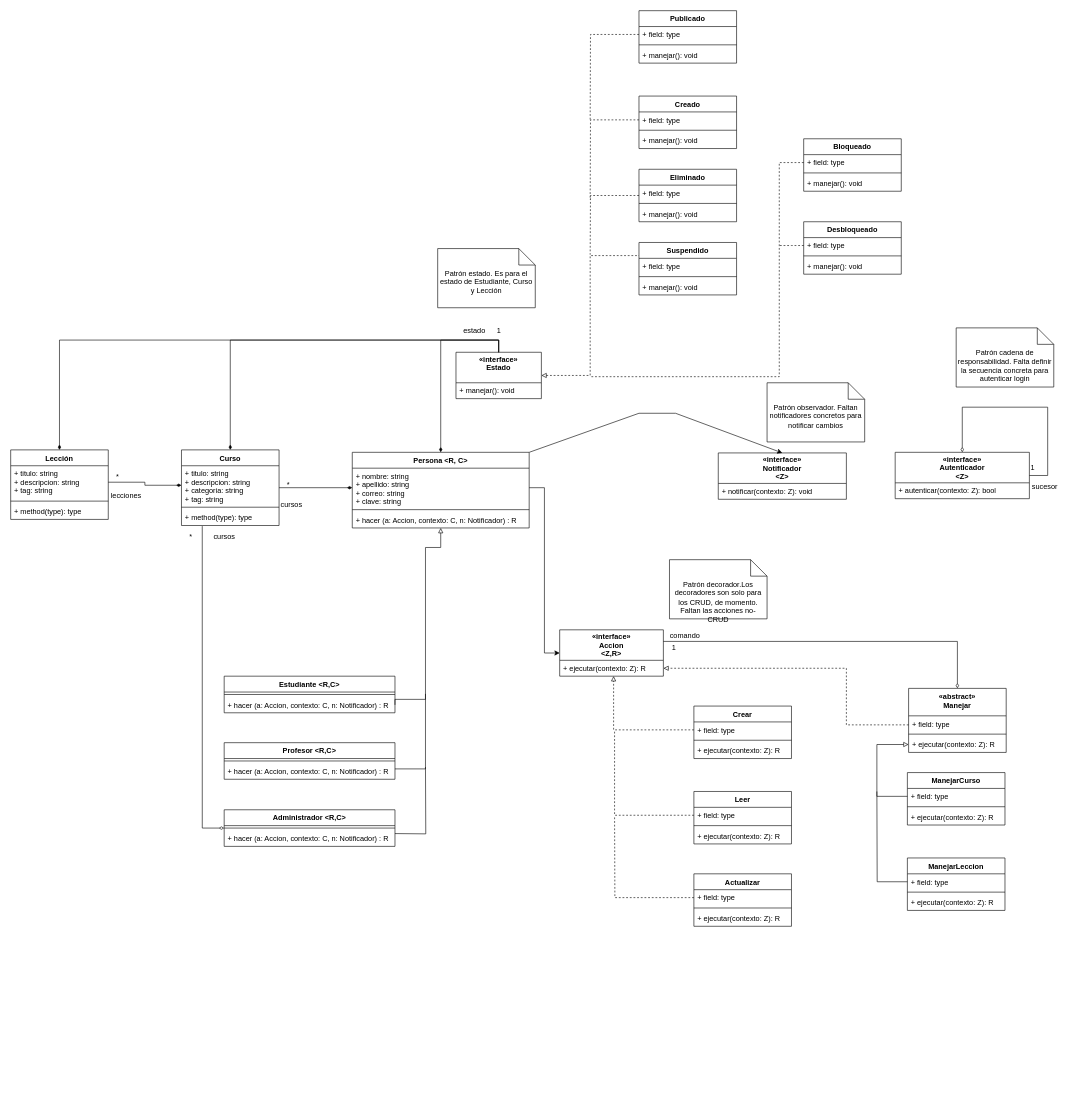
Before: page "Diagrama de Clases" (1 of 11) of Propuesta1ProyectoDesarrollo.drawio in ernestod10/Diagramas, a draw.io diagram. Source tidied: cells renumbered, new cells numbered last; positions are measured from the earlier drawing's top-left corner, leaving out a move shared by most shapes. Both pictures are drawn from the tidied source at 61%, with x=0, y=0 at pixel (10, 10).
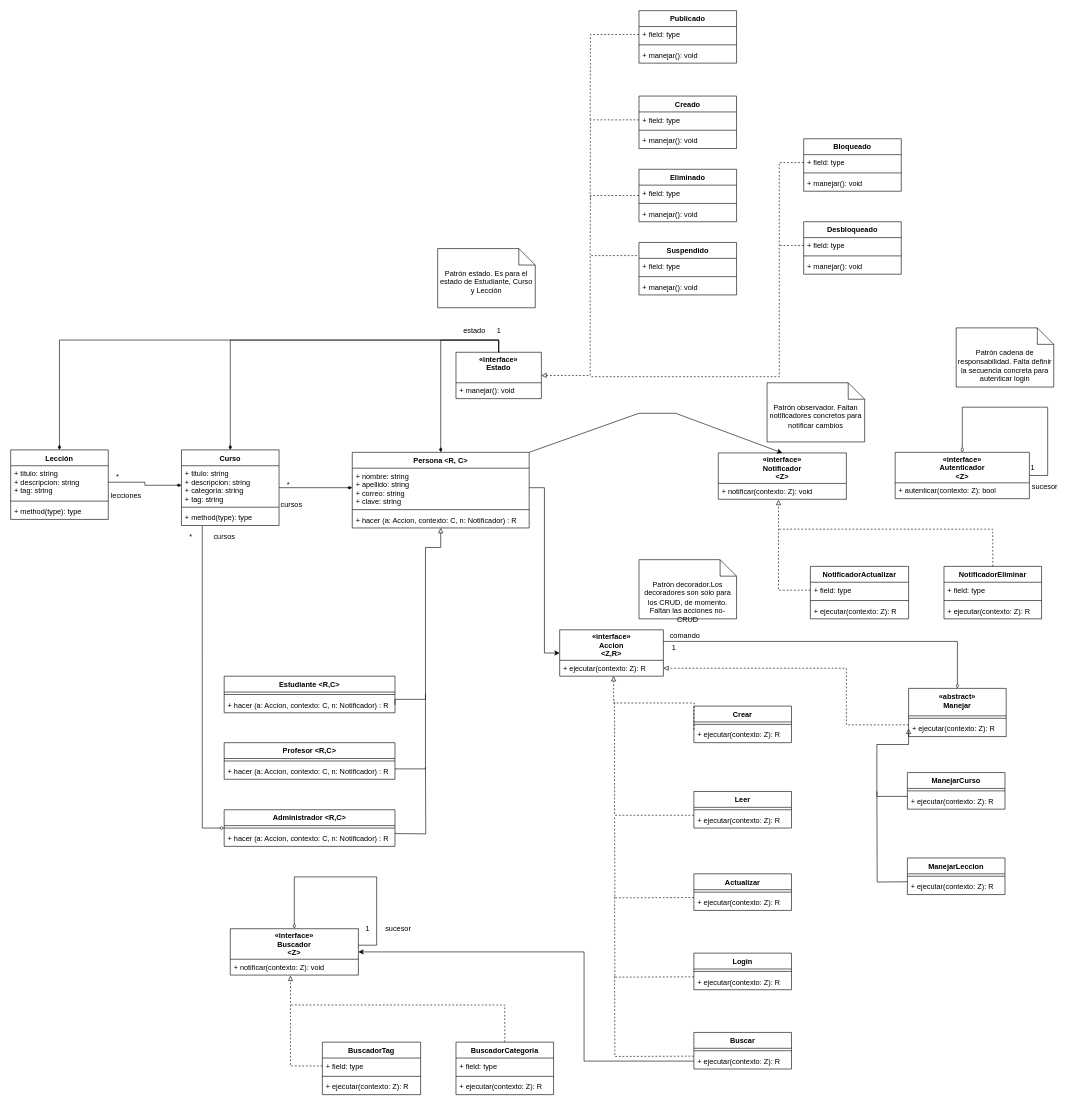
The same diagram, later.

The change refers to these unchanged cells:
```xml
<mxCell id="41" value="+ ejecutar(contexto: Z): R" style="text;strokeColor=none;fillColor=none;align=left;verticalAlign=top;spacingLeft=4;spacingRight=4;overflow=hidden;points=[[0,0.5],[1,0.5]];portConstraint=eastwest;" parent="40" vertex="1">
  <mxGeometry y="50" width="170" height="26" as="geometry" />
</mxCell>
<mxCell id="44" value="+ notificar(contexto: Z): void" style="text;strokeColor=none;fillColor=none;align=left;verticalAlign=top;spacingLeft=4;spacingRight=4;overflow=hidden;points=[[0,0.5],[1,0.5]];portConstraint=eastwest;" parent="43" vertex="1">
  <mxGeometry y="50" width="210" height="26" as="geometry" />
</mxCell>
```

What changed in the source:
```diff
@@
     <mxCell id="76" value="Crear" style="swimlane;fontStyle=1;align=center;verticalAlign=top;horizontal=1;startSize=26;" parent="1" vertex="1">
-      <mxGeometry x="1120" y="1140" width="160" height="86" as="geometry" />
+      <mxGeometry x="1120" y="1140" width="160" height="60" as="geometry" />
     </mxCell>
-    <mxCell id="77" value="+ field: type" style="text;strokeColor=none;fillColor=none;align=left;verticalAlign=top;spacingLeft=4;spacingRight=4;overflow=hidden;points=[[0,0.5],[1,0.5]];portConstraint=eastwest;" parent="76" vertex="1">
-      <mxGeometry y="26" width="160" height="26" as="geometry" />
-    </mxCell>
     <mxCell id="78" style="line;strokeWidth=1;fillColor=none;align=left;verticalAlign=middle;spacingTop=-1;spacingLeft=3;spacingRight=3;labelPosition=right;strokeColor=inherit;" parent="76" vertex="1">
-      <mxGeometry y="52" width="160" height="8" as="geometry" />
+      <mxGeometry y="26" width="160" height="8" as="geometry" />
     </mxCell>
     <mxCell id="79" value="+ ejecutar(contexto: Z): R" style="text;strokeColor=none;fillColor=none;align=left;verticalAlign=top;spacingLeft=4;spacingRight=4;overflow=hidden;" parent="76" vertex="1">
-      <mxGeometry y="60" width="160" height="26" as="geometry" />
+      <mxGeometry y="34" width="160" height="26" as="geometry" />
     </mxCell>
@@
     <mxCell id="85" value="Leer" style="swimlane;fontStyle=1;align=center;verticalAlign=top;horizontal=1;startSize=26;" parent="1" vertex="1">
-      <mxGeometry x="1120" y="1280" width="160" height="86" as="geometry" />
+      <mxGeometry x="1120" y="1280" width="160" height="60" as="geometry" />
     </mxCell>
-    <mxCell id="86" value="+ field: type" style="text;strokeColor=none;fillColor=none;align=left;verticalAlign=top;spacingLeft=4;spacingRight=4;overflow=hidden;points=[[0,0.5],[1,0.5]];portConstraint=eastwest;" parent="85" vertex="1">
-      <mxGeometry y="26" width="160" height="26" as="geometry" />
-    </mxCell>
     <mxCell id="87" style="line;strokeWidth=1;fillColor=none;align=left;verticalAlign=middle;spacingTop=-1;spacingLeft=3;spacingRight=3;labelPosition=right;strokeColor=inherit;" parent="85" vertex="1">
-      <mxGeometry y="52" width="160" height="8" as="geometry" />
+      <mxGeometry y="26" width="160" height="8" as="geometry" />
     </mxCell>
     <mxCell id="88" value="+ ejecutar(contexto: Z): R" style="text;strokeColor=none;fillColor=none;align=left;verticalAlign=top;spacingLeft=4;spacingRight=4;overflow=hidden;" parent="85" vertex="1">
-      <mxGeometry y="60" width="160" height="26" as="geometry" />
+      <mxGeometry y="34" width="160" height="26" as="geometry" />
     </mxCell>
     <mxCell id="89" value="Actualizar" style="swimlane;fontStyle=1;align=center;verticalAlign=top;horizontal=1;startSize=26;" parent="1" vertex="1">
-      <mxGeometry x="1120" y="1415" width="160" height="86" as="geometry" />
+      <mxGeometry x="1120" y="1415" width="160" height="60" as="geometry" />
     </mxCell>
-    <mxCell id="90" value="+ field: type" style="text;strokeColor=none;fillColor=none;align=left;verticalAlign=top;spacingLeft=4;spacingRight=4;overflow=hidden;points=[[0,0.5],[1,0.5]];portConstraint=eastwest;" parent="89" vertex="1">
-      <mxGeometry y="26" width="160" height="26" as="geometry" />
-    </mxCell>
     <mxCell id="91" style="line;strokeWidth=1;fillColor=none;align=left;verticalAlign=middle;spacingTop=-1;spacingLeft=3;spacingRight=3;labelPosition=right;strokeColor=inherit;" parent="89" vertex="1">
-      <mxGeometry y="52" width="160" height="8" as="geometry" />
+      <mxGeometry y="26" width="160" height="8" as="geometry" />
     </mxCell>
     <mxCell id="92" value="+ ejecutar(contexto: Z): R" style="text;strokeColor=none;fillColor=none;align=left;verticalAlign=top;spacingLeft=4;spacingRight=4;overflow=hidden;" parent="89" vertex="1">
-      <mxGeometry y="60" width="160" height="26" as="geometry" />
+      <mxGeometry y="34" width="160" height="26" as="geometry" />
     </mxCell>
     <mxCell id="93" value="ManejarCurso" style="swimlane;fontStyle=1;align=center;verticalAlign=top;horizontal=1;startSize=26;" parent="1" vertex="1">
-      <mxGeometry x="1470" y="1249" width="160" height="86" as="geometry" />
+      <mxGeometry x="1470" y="1249" width="160" height="60" as="geometry" />
     </mxCell>
-    <mxCell id="94" value="+ field: type" style="text;strokeColor=none;fillColor=none;align=left;verticalAlign=top;spacingLeft=4;spacingRight=4;overflow=hidden;points=[[0,0.5],[1,0.5]];portConstraint=eastwest;" parent="93" vertex="1">
-      <mxGeometry y="26" width="160" height="26" as="geometry" />
-    </mxCell>
     <mxCell id="95" style="line;strokeWidth=1;fillColor=none;align=left;verticalAlign=middle;spacingTop=-1;spacingLeft=3;spacingRight=3;labelPosition=right;strokeColor=inherit;" parent="93" vertex="1">
-      <mxGeometry y="52" width="160" height="8" as="geometry" />
+      <mxGeometry y="26" width="160" height="8" as="geometry" />
     </mxCell>
     <mxCell id="96" value="+ ejecutar(contexto: Z): R" style="text;strokeColor=none;fillColor=none;align=left;verticalAlign=top;spacingLeft=4;spacingRight=4;overflow=hidden;" parent="93" vertex="1">
-      <mxGeometry y="60" width="160" height="26" as="geometry" />
+      <mxGeometry y="34" width="160" height="26" as="geometry" />
     </mxCell>
     <mxCell id="97" value="ManejarLeccion" style="swimlane;fontStyle=1;align=center;verticalAlign=top;horizontal=1;startSize=26;" parent="1" vertex="1">
-      <mxGeometry x="1470" y="1389" width="160" height="86" as="geometry" />
+      <mxGeometry x="1470" y="1389" width="160" height="60" as="geometry" />
     </mxCell>
-    <mxCell id="98" value="+ field: type" style="text;strokeColor=none;fillColor=none;align=left;verticalAlign=top;spacingLeft=4;spacingRight=4;overflow=hidden;points=[[0,0.5],[1,0.5]];portConstraint=eastwest;" parent="97" vertex="1">
-      <mxGeometry y="26" width="160" height="26" as="geometry" />
-    </mxCell>
     <mxCell id="99" style="line;strokeWidth=1;fillColor=none;align=left;verticalAlign=middle;spacingTop=-1;spacingLeft=3;spacingRight=3;labelPosition=right;strokeColor=inherit;" parent="97" vertex="1">
-      <mxGeometry y="52" width="160" height="8" as="geometry" />
+      <mxGeometry y="26" width="160" height="8" as="geometry" />
     </mxCell>
     <mxCell id="100" value="+ ejecutar(contexto: Z): R" style="text;strokeColor=none;fillColor=none;align=left;verticalAlign=top;spacingLeft=4;spacingRight=4;overflow=hidden;" parent="97" vertex="1">
-      <mxGeometry y="60" width="160" height="26" as="geometry" />
+      <mxGeometry y="34" width="160" height="26" as="geometry" />
     </mxCell>
@@
     <mxCell id="103" value="«abstract»&#10;Manejar&#10;" style="swimlane;fontStyle=1;align=center;verticalAlign=top;horizontal=1;startSize=45;" parent="1" vertex="1">
-      <mxGeometry x="1472" y="1111" width="160" height="105" as="geometry" />
+      <mxGeometry x="1472" y="1111" width="160" height="79" as="geometry" />
     </mxCell>
-    <mxCell id="104" value="+ field: type" style="text;strokeColor=none;fillColor=none;align=left;verticalAlign=top;spacingLeft=4;spacingRight=4;overflow=hidden;" parent="103" vertex="1">
-      <mxGeometry y="45" width="160" height="26" as="geometry" />
-    </mxCell>
     <mxCell id="105" style="line;strokeWidth=1;fillColor=none;align=left;verticalAlign=middle;spacingTop=-1;spacingLeft=3;spacingRight=3;labelPosition=right;strokeColor=inherit;" parent="103" vertex="1">
-      <mxGeometry y="71" width="160" height="8" as="geometry" />
+      <mxGeometry y="45" width="160" height="8" as="geometry" />
     </mxCell>
     <mxCell id="106" value="+ ejecutar(contexto: Z): R" style="text;strokeColor=none;fillColor=none;align=left;verticalAlign=top;spacingLeft=4;spacingRight=4;overflow=hidden;points=[[0,0.5],[1,0.5]];portConstraint=eastwest;" parent="103" vertex="1">
-      <mxGeometry y="79" width="160" height="26" as="geometry" />
+      <mxGeometry y="53" width="160" height="26" as="geometry" />
     </mxCell>
-    <mxCell id="107" style="edgeStyle=orthogonalEdgeStyle;rounded=0;jettySize=auto;html=1;entryX=0;entryY=0.5;entryDx=0;entryDy=0;strokeColor=default;startArrow=none;startFill=0;endArrow=block;endFill=0;" parent="1" edge="1" source="94" target="106">
+    <mxCell id="107" style="edgeStyle=orthogonalEdgeStyle;rounded=0;jettySize=auto;html=1;entryX=0;entryY=0.5;entryDx=0;entryDy=0;strokeColor=default;startArrow=none;startFill=0;endArrow=block;endFill=0;" parent="1" edge="1" target="106">
       <mxGeometry relative="1" as="geometry">
+        <mxPoint x="1470" y="1288.1" as="sourcePoint" />
         <Array as="points">
           <mxPoint x="1420" y="1288" />
           <mxPoint x="1420" y="1203" />
         </Array>
       </mxGeometry>
     </mxCell>
-    <mxCell id="108" style="edgeStyle=orthogonalEdgeStyle;rounded=0;jettySize=auto;html=1;exitX=0;exitY=0.5;exitDx=0;exitDy=0;strokeColor=default;startArrow=none;startFill=0;endArrow=none;endFill=0;" parent="1" edge="1" source="98">
+    <mxCell id="108" style="edgeStyle=orthogonalEdgeStyle;rounded=0;orthogonalLoop=1;jettySize=auto;html=1;exitX=0;exitY=0.5;exitDx=0;exitDy=0;strokeColor=default;startArrow=none;startFill=0;endArrow=none;endFill=0;" parent="1" edge="1">
       <mxGeometry relative="1" as="geometry">
+        <mxPoint x="1470" y="1428" as="sourcePoint" />
         <mxPoint x="1420" y="1280" as="targetPoint" />
       </mxGeometry>
     </mxCell>
-    <mxCell id="109" style="edgeStyle=orthogonalEdgeStyle;rounded=0;jettySize=auto;html=1;entryX=0.52;entryY=0.995;entryDx=0;entryDy=0;entryPerimeter=0;dashed=1;strokeColor=default;startArrow=none;startFill=0;endArrow=block;endFill=0;" parent="1" edge="1" source="77" target="41">
-      <mxGeometry relative="1" as="geometry" />
+    <mxCell id="109" style="edgeStyle=orthogonalEdgeStyle;rounded=0;jettySize=auto;html=1;entryX=0.52;entryY=0.995;entryDx=0;entryDy=0;entryPerimeter=0;dashed=1;strokeColor=default;startArrow=none;startFill=0;endArrow=block;endFill=0;" parent="1" edge="1" target="41">
+      <mxGeometry relative="1" as="geometry">
+        <mxPoint x="1120" y="1179" as="sourcePoint" />
+      </mxGeometry>
     </mxCell>
-    <mxCell id="110" style="edgeStyle=orthogonalEdgeStyle;rounded=0;jettySize=auto;html=1;dashed=1;strokeColor=default;startArrow=none;startFill=0;endArrow=none;endFill=0;" parent="1" edge="1" source="86">
+    <mxCell id="110" style="edgeStyle=orthogonalEdgeStyle;rounded=0;orthogonalLoop=1;jettySize=auto;html=1;dashed=1;strokeColor=default;startArrow=none;startFill=0;endArrow=none;endFill=0;" parent="1" edge="1">
       <mxGeometry relative="1" as="geometry">
-        <mxPoint x="990" y="1180" as="targetPoint" />
+        <mxPoint x="1120" y="1319" as="sourcePoint" />
+        <mxPoint x="990" y="1130" as="targetPoint" />
         <Array as="points">
           <mxPoint x="990" y="1319" />
         </Array>
       </mxGeometry>
     </mxCell>
-    <mxCell id="111" style="edgeStyle=orthogonalEdgeStyle;rounded=0;jettySize=auto;html=1;dashed=1;strokeColor=default;startArrow=none;startFill=0;endArrow=none;endFill=0;" parent="1" edge="1" source="90">
+    <mxCell id="111" style="edgeStyle=orthogonalEdgeStyle;rounded=0;orthogonalLoop=1;jettySize=auto;html=1;dashed=1;strokeColor=default;startArrow=none;startFill=0;endArrow=none;endFill=0;" parent="1" edge="1">
       <mxGeometry relative="1" as="geometry">
+        <mxPoint x="1120" y="1453.9" as="sourcePoint" />
         <mxPoint x="990" y="1320" as="targetPoint" />
       </mxGeometry>
     </mxCell>
@@
     <mxCell id="114" value="&lt;div&gt;Patrón decorador.Los decoradores son solo para los CRUD, de momento. &lt;br&gt;&lt;/div&gt;&lt;div&gt;Faltan las acciones no-CRUD&lt;br&gt;&lt;/div&gt;" style="shape=note2;boundedLbl=1;whiteSpace=wrap;html=1;size=27;verticalAlign=top;align=center;" parent="1" vertex="1">
-      <mxGeometry x="1080" y="900" width="160" height="97" as="geometry" />
+      <mxGeometry x="1030" y="900" width="160" height="97" as="geometry" />
     </mxCell>
@@
+    <mxCell id="120" style="edgeStyle=orthogonalEdgeStyle;rounded=0;jettySize=auto;html=1;entryX=0.47;entryY=1.038;entryDx=0;entryDy=0;entryPerimeter=0;exitX=0;exitY=0.5;exitDx=0;exitDy=0;endArrow=block;endFill=0;dashed=1;" parent="1" edge="1" source="122" target="44">
+      <mxGeometry relative="1" as="geometry" />
+    </mxCell>
+    <mxCell id="121" value="NotificadorActualizar" style="swimlane;fontStyle=1;align=center;verticalAlign=top;horizontal=1;startSize=26;" parent="1" vertex="1">
+      <mxGeometry x="1311" y="911" width="161" height="86" as="geometry" />
+    </mxCell>
+    <mxCell id="122" value="+ field: type" style="text;strokeColor=none;fillColor=none;align=left;verticalAlign=top;spacingLeft=4;spacingRight=4;overflow=hidden;points=[[0,0.5],[1,0.5]];portConstraint=eastwest;" parent="121" vertex="1">
+      <mxGeometry y="26" width="161" height="26" as="geometry" />
+    </mxCell>
+    <mxCell id="123" style="line;strokeWidth=1;fillColor=none;align=left;verticalAlign=middle;spacingTop=-1;spacingLeft=3;spacingRight=3;labelPosition=right;strokeColor=inherit;" parent="121" vertex="1">
+      <mxGeometry y="52" width="161" height="8" as="geometry" />
+    </mxCell>
+    <mxCell id="124" value="+ ejecutar(contexto: Z): R" style="text;strokeColor=none;fillColor=none;align=left;verticalAlign=top;spacingLeft=4;spacingRight=4;overflow=hidden;" parent="121" vertex="1">
+      <mxGeometry y="60" width="161" height="26" as="geometry" />
+    </mxCell>
+    <mxCell id="125" style="edgeStyle=orthogonalEdgeStyle;rounded=0;jettySize=auto;html=1;endArrow=none;endFill=0;dashed=1;" parent="1" edge="1" source="126">
+      <mxGeometry relative="1" as="geometry">
+        <mxPoint x="1260" y="850" as="targetPoint" />
+        <Array as="points">
+          <mxPoint x="1610" y="850" />
+        </Array>
+      </mxGeometry>
+    </mxCell>
+    <mxCell id="126" value="NotificadorEliminar" style="swimlane;fontStyle=1;align=center;verticalAlign=top;horizontal=1;startSize=26;" parent="1" vertex="1">
+      <mxGeometry x="1530" y="911" width="160" height="86" as="geometry" />
+    </mxCell>
+    <mxCell id="127" value="+ field: type" style="text;strokeColor=none;fillColor=none;align=left;verticalAlign=top;spacingLeft=4;spacingRight=4;overflow=hidden;" parent="126" vertex="1">
+      <mxGeometry y="26" width="160" height="26" as="geometry" />
+    </mxCell>
+    <mxCell id="128" style="line;strokeWidth=1;fillColor=none;align=left;verticalAlign=middle;spacingTop=-1;spacingLeft=3;spacingRight=3;labelPosition=right;strokeColor=inherit;" parent="126" vertex="1">
+      <mxGeometry y="52" width="160" height="8" as="geometry" />
+    </mxCell>
+    <mxCell id="129" value="+ ejecutar(contexto: Z): R" style="text;strokeColor=none;fillColor=none;align=left;verticalAlign=top;spacingLeft=4;spacingRight=4;overflow=hidden;" parent="126" vertex="1">
+      <mxGeometry y="60" width="160" height="26" as="geometry" />
+    </mxCell>
+    <mxCell id="130" value="«interface»&#10;Buscador&#10;&lt;Z&gt;" style="swimlane;fontStyle=1;horizontal=1;startSize=50;fillColor=none;" parent="1" vertex="1">
+      <mxGeometry x="360" y="1505" width="210" height="76" as="geometry" />
+    </mxCell>
+    <mxCell id="131" value="+ notificar(contexto: Z): void" style="text;strokeColor=none;fillColor=none;align=left;verticalAlign=top;spacingLeft=4;spacingRight=4;overflow=hidden;points=[[0,0.5],[1,0.5]];portConstraint=eastwest;" parent="130" vertex="1">
+      <mxGeometry y="50" width="210" height="26" as="geometry" />
+    </mxCell>
+    <mxCell id="132" style="edgeStyle=orthogonalEdgeStyle;rounded=0;jettySize=auto;html=1;entryX=0.47;entryY=1.038;entryDx=0;entryDy=0;entryPerimeter=0;exitX=0;exitY=0.5;exitDx=0;exitDy=0;endArrow=block;endFill=0;dashed=1;" parent="1" edge="1" source="134" target="131">
+      <mxGeometry relative="1" as="geometry" />
+    </mxCell>
+    <mxCell id="133" value="BuscadorTag" style="swimlane;fontStyle=1;align=center;verticalAlign=top;horizontal=1;startSize=26;" parent="1" vertex="1">
+      <mxGeometry x="511" y="1691" width="161" height="86" as="geometry" />
+    </mxCell>
+    <mxCell id="134" value="+ field: type" style="text;strokeColor=none;fillColor=none;align=left;verticalAlign=top;spacingLeft=4;spacingRight=4;overflow=hidden;points=[[0,0.5],[1,0.5]];portConstraint=eastwest;" parent="133" vertex="1">
+      <mxGeometry y="26" width="161" height="26" as="geometry" />
+    </mxCell>
+    <mxCell id="135" style="line;strokeWidth=1;fillColor=none;align=left;verticalAlign=middle;spacingTop=-1;spacingLeft=3;spacingRight=3;labelPosition=right;strokeColor=inherit;" parent="133" vertex="1">
+      <mxGeometry y="52" width="161" height="8" as="geometry" />
+    </mxCell>
+    <mxCell id="136" value="+ ejecutar(contexto: Z): R" style="text;strokeColor=none;fillColor=none;align=left;verticalAlign=top;spacingLeft=4;spacingRight=4;overflow=hidden;" parent="133" vertex="1">
+      <mxGeometry y="60" width="161" height="26" as="geometry" />
+    </mxCell>
+    <mxCell id="137" style="edgeStyle=orthogonalEdgeStyle;rounded=0;jettySize=auto;html=1;endArrow=none;endFill=0;dashed=1;" parent="1" edge="1" source="138">
+      <mxGeometry relative="1" as="geometry">
+        <mxPoint x="460" y="1630" as="targetPoint" />
+        <Array as="points">
+          <mxPoint x="810" y="1630" />
+        </Array>
+      </mxGeometry>
+    </mxCell>
+    <mxCell id="138" value="BuscadorCategoria" style="swimlane;fontStyle=1;align=center;verticalAlign=top;horizontal=1;startSize=26;" parent="1" vertex="1">
+      <mxGeometry x="730" y="1691" width="160" height="86" as="geometry" />
+    </mxCell>
+    <mxCell id="139" value="+ field: type" style="text;strokeColor=none;fillColor=none;align=left;verticalAlign=top;spacingLeft=4;spacingRight=4;overflow=hidden;" parent="138" vertex="1">
+      <mxGeometry y="26" width="160" height="26" as="geometry" />
+    </mxCell>
+    <mxCell id="140" style="line;strokeWidth=1;fillColor=none;align=left;verticalAlign=middle;spacingTop=-1;spacingLeft=3;spacingRight=3;labelPosition=right;strokeColor=inherit;" parent="138" vertex="1">
+      <mxGeometry y="52" width="160" height="8" as="geometry" />
+    </mxCell>
+    <mxCell id="141" value="+ ejecutar(contexto: Z): R" style="text;strokeColor=none;fillColor=none;align=left;verticalAlign=top;spacingLeft=4;spacingRight=4;overflow=hidden;" parent="138" vertex="1">
+      <mxGeometry y="60" width="160" height="26" as="geometry" />
+    </mxCell>
+    <mxCell id="142" value="Login" style="swimlane;fontStyle=1;align=center;verticalAlign=top;horizontal=1;startSize=26;" parent="1" vertex="1">
+      <mxGeometry x="1120" y="1545" width="160" height="60" as="geometry" />
+    </mxCell>
+    <mxCell id="143" style="line;strokeWidth=1;fillColor=none;align=left;verticalAlign=middle;spacingTop=-1;spacingLeft=3;spacingRight=3;labelPosition=right;strokeColor=inherit;" parent="142" vertex="1">
+      <mxGeometry y="26" width="160" height="8" as="geometry" />
+    </mxCell>
+    <mxCell id="144" value="+ ejecutar(contexto: Z): R" style="text;strokeColor=none;fillColor=none;align=left;verticalAlign=top;spacingLeft=4;spacingRight=4;overflow=hidden;" parent="142" vertex="1">
+      <mxGeometry y="34" width="160" height="26" as="geometry" />
+    </mxCell>
+    <mxCell id="145" style="edgeStyle=orthogonalEdgeStyle;rounded=0;orthogonalLoop=1;jettySize=auto;html=1;dashed=1;strokeColor=default;startArrow=none;startFill=0;endArrow=none;endFill=0;" parent="1" edge="1">
+      <mxGeometry relative="1" as="geometry">
+        <mxPoint x="1120" y="1583.9" as="sourcePoint" />
+        <mxPoint x="990" y="1450" as="targetPoint" />
+      </mxGeometry>
+    </mxCell>
+    <mxCell id="146" value="Buscar" style="swimlane;fontStyle=1;align=center;verticalAlign=top;horizontal=1;startSize=26;" parent="1" vertex="1">
+      <mxGeometry x="1120" y="1675" width="160" height="60" as="geometry" />
+    </mxCell>
+    <mxCell id="147" style="line;strokeWidth=1;fillColor=none;align=left;verticalAlign=middle;spacingTop=-1;spacingLeft=3;spacingRight=3;labelPosition=right;strokeColor=inherit;" parent="146" vertex="1">
+      <mxGeometry y="26" width="160" height="8" as="geometry" />
+    </mxCell>
+    <mxCell id="148" value="+ ejecutar(contexto: Z): R" style="text;strokeColor=none;fillColor=none;align=left;verticalAlign=top;spacingLeft=4;spacingRight=4;overflow=hidden;points=[[0,0.5],[1,0.5]];portConstraint=eastwest;" parent="146" vertex="1">
+      <mxGeometry y="34" width="160" height="26" as="geometry" />
+    </mxCell>
+    <mxCell id="149" style="edgeStyle=orthogonalEdgeStyle;rounded=0;orthogonalLoop=1;jettySize=auto;html=1;dashed=1;strokeColor=default;startArrow=none;startFill=0;endArrow=none;endFill=0;" parent="1" edge="1">
+      <mxGeometry relative="1" as="geometry">
+        <mxPoint x="1120" y="1713.9" as="sourcePoint" />
+        <mxPoint x="990" y="1580" as="targetPoint" />
+      </mxGeometry>
+    </mxCell>
+    <mxCell id="150" style="edgeStyle=orthogonalEdgeStyle;rounded=0;jettySize=auto;html=1;entryX=1;entryY=0.5;entryDx=0;entryDy=0;endArrow=classic;endFill=1;" parent="1" edge="1" source="148" target="130">
+      <mxGeometry relative="1" as="geometry">
+        <Array as="points">
+          <mxPoint x="940" y="1722" />
+          <mxPoint x="940" y="1543" />
+        </Array>
+      </mxGeometry>
+    </mxCell>
+    <mxCell id="151" style="edgeStyle=orthogonalEdgeStyle;rounded=0;jettySize=auto;html=1;exitX=1;exitY=0.5;exitDx=0;exitDy=0;entryX=0.5;entryY=0;entryDx=0;entryDy=0;strokeColor=default;endArrow=diamondThin;endFill=0;" parent="1" edge="1" target="130">
+      <mxGeometry relative="1" as="geometry">
+        <mxPoint x="570" y="1532" as="sourcePoint" />
+        <Array as="points">
+          <mxPoint x="600" y="1532" />
+          <mxPoint x="600" y="1420" />
+          <mxPoint x="465" y="1420" />
+        </Array>
+      </mxGeometry>
+    </mxCell>
+    <mxCell id="152" value="1" style="text;html=1;align=center;verticalAlign=middle;strokeColor=none;fillColor=none;" parent="1" vertex="1">
+      <mxGeometry x="570" y="1490" width="30" height="30" as="geometry" />
+    </mxCell>
+    <mxCell id="153" value="sucesor" style="text;html=1;align=center;verticalAlign=middle;strokeColor=none;fillColor=none;" parent="1" vertex="1">
+      <mxGeometry x="600" y="1490" width="70" height="30" as="geometry" />
+    </mxCell>
```
